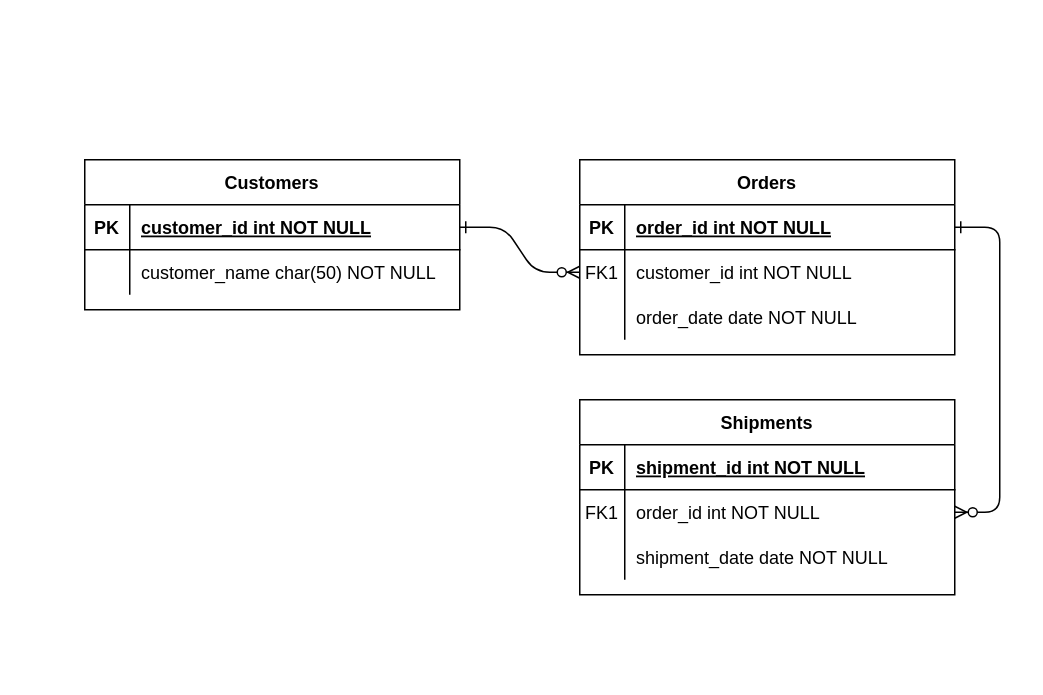
ViniciusTaurisano/ctd-2bi-bancodedados-a9-checkpoint1 keeps this draw.io diagram as Untitled Diagram.drawio. Above is the earlier version. Source tidied: cells renumbered, new cells numbered last; positions are measured from the earlier drawing's top-left corner, leaving out a move shared by most shapes. Both pictures are drawn from the tidied source at 150%, with x=0, y=0 at pixel (84, 159).
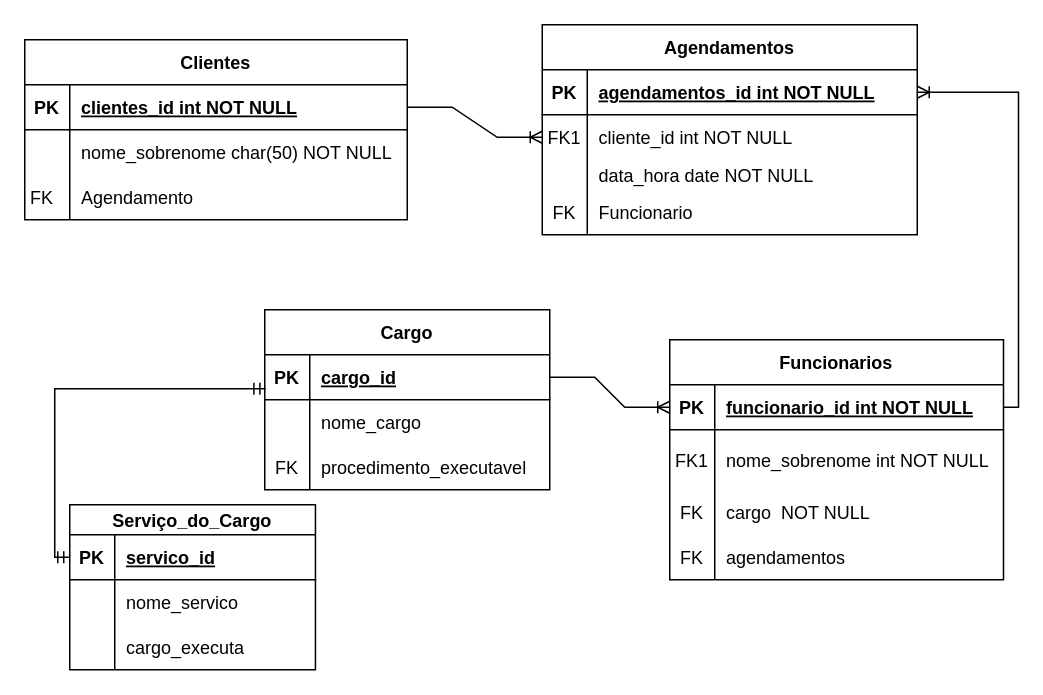
The same page after the edit.

Commit message:
versao certa sem tipos

The change refers to these unchanged cells:
```xml
<mxCell id="5" style="shape=partialRectangle;fillColor=none;points=[[0,0.5],[1,0.5]];portConstraint=eastwest;top=0;left=0;right=0;bottom=1;" parent="4" vertex="1">
  <mxGeometry y="30" width="250" height="30" as="geometry" />
</mxCell>
<mxCell id="8" style="shape=partialRectangle;fillColor=none;points=[[0,0.5],[1,0.5]];portConstraint=eastwest;top=0;left=0;right=0;bottom=0;" parent="4" vertex="1">
  <mxGeometry y="60" width="250" height="30" as="geometry" />
</mxCell>
```

The edit, as a diff of the source:
```diff
@@
-    <mxCell id="2" style="edgeStyle=entityRelationEdgeStyle;endArrow=ERzeroToMany;startArrow=ERone;endFill=1;startFill=0;" parent="1" edge="1" source="25" target="8">
-      <mxGeometry relative="1" as="geometry" />
-    </mxCell>
-    <mxCell id="3" style="edgeStyle=entityRelationEdgeStyle;endArrow=ERzeroToMany;startArrow=ERone;endFill=1;startFill=0;" parent="1" edge="1" source="5" target="18">
-      <mxGeometry relative="1" as="geometry" />
-    </mxCell>
-    <mxCell id="4" value="Orders" style="shape=table;startSize=30;childLayout=tableLayout;rowLines=0;fontStyle=1;align=center;" parent="1" vertex="1">
-      <mxGeometry x="330" width="250" height="130" as="geometry" />
+    <mxCell id="4" value="Agendamentos" style="shape=table;startSize=30;childLayout=tableLayout;rowLines=0;fontStyle=1;align=center;" parent="1" vertex="1">
+      <mxGeometry x="305" y="-90" width="250" height="140" as="geometry" />
     </mxCell>
@@
-    <mxCell id="7" value="order_id int NOT NULL " style="shape=partialRectangle;overflow=hidden;fillColor=none;top=0;left=0;bottom=0;right=0;align=left;spacingLeft=6;fontStyle=5;" parent="5" vertex="1">
+    <mxCell id="7" value="agendamentos_id int NOT NULL " style="shape=partialRectangle;overflow=hidden;fillColor=none;top=0;left=0;bottom=0;right=0;align=left;spacingLeft=6;fontStyle=5;" parent="5" vertex="1">
       <mxGeometry x="30" width="220" height="30" as="geometry" />
     </mxCell>
@@
-    <mxCell id="10" value="customer_id int NOT NULL" style="shape=partialRectangle;overflow=hidden;fillColor=none;top=0;left=0;bottom=0;right=0;align=left;spacingLeft=6;" parent="8" vertex="1">
+    <mxCell id="10" value="cliente_id int NOT NULL" style="shape=partialRectangle;overflow=hidden;fillColor=none;top=0;left=0;bottom=0;right=0;align=left;spacingLeft=6;" parent="8" vertex="1">
       <mxGeometry x="30" width="220" height="30" as="geometry" />
     </mxCell>
     <mxCell id="11" style="shape=partialRectangle;fillColor=none;top=0;left=0;right=0;bottom=0;" parent="4" vertex="1">
-      <mxGeometry y="90" width="250" height="30" as="geometry" />
+      <mxGeometry y="90" width="250" height="20" as="geometry" />
     </mxCell>
     <mxCell id="12" style="shape=partialRectangle;overflow=hidden;fillColor=none;top=0;left=0;bottom=0;right=0;" parent="11" vertex="1">
-      <mxGeometry width="30" height="30" as="geometry" />
+      <mxGeometry width="30" height="20" as="geometry" />
     </mxCell>
-    <mxCell id="13" value="order_date date NOT NULL" style="shape=partialRectangle;overflow=hidden;fillColor=none;top=0;left=0;bottom=0;right=0;align=left;spacingLeft=6;" parent="11" vertex="1">
-      <mxGeometry x="30" width="220" height="30" as="geometry" />
+    <mxCell id="13" value="data_hora date NOT NULL" style="shape=partialRectangle;overflow=hidden;fillColor=none;top=0;left=0;bottom=0;right=0;align=left;spacingLeft=6;" parent="11" vertex="1">
+      <mxGeometry x="30" width="220" height="20" as="geometry" />
     </mxCell>
+    <mxCell id="31" style="shape=tableRow;horizontal=0;startSize=0;swimlaneHead=0;swimlaneBody=0;fillColor=none;top=0;left=0;right=0;bottom=0;" parent="4" vertex="1">
+      <mxGeometry y="110" width="250" height="30" as="geometry" />
+    </mxCell>
+    <mxCell id="32" value="FK" style="shape=partialRectangle;fillColor=none;top=0;left=0;bottom=0;right=0;overflow=hidden;" parent="31" vertex="1">
+      <mxGeometry width="30" height="30" as="geometry" />
+    </mxCell>
+    <mxCell id="33" value="Funcionario" style="shape=partialRectangle;fillColor=none;top=0;left=0;bottom=0;right=0;align=left;spacingLeft=6;overflow=hidden;" parent="31" vertex="1">
+      <mxGeometry x="30" width="220" height="30" as="geometry" />
+    </mxCell>
-    <mxCell id="14" value="Shipments" style="shape=table;startSize=30;childLayout=tableLayout;rowLines=0;fontStyle=1;align=center;" parent="1" vertex="1">
-      <mxGeometry x="330" y="160" width="250" height="130" as="geometry" />
+    <mxCell id="14" value="Funcionarios" style="shape=table;startSize=30;childLayout=tableLayout;rowLines=0;fontStyle=1;align=center;" parent="1" vertex="1">
+      <mxGeometry x="390" y="120" width="222.5" height="160" as="geometry" />
     </mxCell>
     <mxCell id="15" style="shape=partialRectangle;fillColor=none;points=[[0,0.5],[1,0.5]];portConstraint=eastwest;top=0;left=0;right=0;bottom=1;" parent="14" vertex="1">
-      <mxGeometry y="30" width="250" height="30" as="geometry" />
+      <mxGeometry y="30" width="222.5" height="30" as="geometry" />
     </mxCell>
@@
-    <mxCell id="17" value="shipment_id int NOT NULL " style="shape=partialRectangle;overflow=hidden;fillColor=none;top=0;left=0;bottom=0;right=0;align=left;spacingLeft=6;fontStyle=5;" parent="15" vertex="1">
-      <mxGeometry x="30" width="220" height="30" as="geometry" />
+    <mxCell id="17" value="funcionario_id int NOT NULL " style="shape=partialRectangle;overflow=hidden;fillColor=none;top=0;left=0;bottom=0;right=0;align=left;spacingLeft=6;fontStyle=5;" parent="15" vertex="1">
+      <mxGeometry x="30" width="192.5" height="30" as="geometry" />
     </mxCell>
     <mxCell id="18" style="shape=partialRectangle;fillColor=none;points=[[0,0.5],[1,0.5]];portConstraint=eastwest;top=0;left=0;right=0;bottom=0;" parent="14" vertex="1">
-      <mxGeometry y="60" width="250" height="30" as="geometry" />
+      <mxGeometry y="60" width="222.5" height="40" as="geometry" />
     </mxCell>
     <mxCell id="19" value="FK1" style="shape=partialRectangle;overflow=hidden;fillColor=none;top=0;left=0;bottom=0;right=0;" parent="18" vertex="1">
-      <mxGeometry width="30" height="30" as="geometry" />
+      <mxGeometry width="30" height="40" as="geometry" />
     </mxCell>
-    <mxCell id="20" value="order_id int NOT NULL" style="shape=partialRectangle;overflow=hidden;fillColor=none;top=0;left=0;bottom=0;right=0;align=left;spacingLeft=6;" parent="18" vertex="1">
-      <mxGeometry x="30" width="220" height="30" as="geometry" />
+    <mxCell id="20" value="nome_sobrenome int NOT NULL" style="shape=partialRectangle;overflow=hidden;fillColor=none;top=0;left=0;bottom=0;right=0;align=left;spacingLeft=6;" parent="18" vertex="1">
+      <mxGeometry x="30" width="192.5" height="40" as="geometry" />
     </mxCell>
     <mxCell id="21" style="shape=partialRectangle;fillColor=none;top=0;left=0;right=0;bottom=0;" parent="14" vertex="1">
-      <mxGeometry y="90" width="250" height="30" as="geometry" />
+      <mxGeometry y="100" width="222.5" height="30" as="geometry" />
     </mxCell>
-    <mxCell id="22" style="shape=partialRectangle;overflow=hidden;fillColor=none;top=0;left=0;bottom=0;right=0;" parent="21" vertex="1">
+    <mxCell id="22" value="FK" style="shape=partialRectangle;overflow=hidden;fillColor=none;top=0;left=0;bottom=0;right=0;" parent="21" vertex="1">
       <mxGeometry width="30" height="30" as="geometry" />
     </mxCell>
-    <mxCell id="23" value="shipment_date date NOT NULL" style="shape=partialRectangle;overflow=hidden;fillColor=none;top=0;left=0;bottom=0;right=0;align=left;spacingLeft=6;" parent="21" vertex="1">
-      <mxGeometry x="30" width="220" height="30" as="geometry" />
+    <mxCell id="23" value="cargo  NOT NULL" style="shape=partialRectangle;overflow=hidden;fillColor=none;top=0;left=0;bottom=0;right=0;align=left;spacingLeft=6;" parent="21" vertex="1">
+      <mxGeometry x="30" width="192.5" height="30" as="geometry" />
     </mxCell>
+    <mxCell id="34" style="shape=tableRow;horizontal=0;startSize=0;swimlaneHead=0;swimlaneBody=0;fillColor=none;top=0;left=0;right=0;bottom=0;" parent="14" vertex="1">
+      <mxGeometry y="130" width="222.5" height="30" as="geometry" />
+    </mxCell>
+    <mxCell id="35" value="FK" style="shape=partialRectangle;fillColor=none;top=0;left=0;bottom=0;right=0;overflow=hidden;" parent="34" vertex="1">
+      <mxGeometry width="30" height="30" as="geometry" />
+    </mxCell>
+    <mxCell id="36" value="agendamentos" style="shape=partialRectangle;fillColor=none;top=0;left=0;bottom=0;right=0;align=left;spacingLeft=6;overflow=hidden;" parent="34" vertex="1">
+      <mxGeometry x="30" width="192.5" height="30" as="geometry" />
+    </mxCell>
-    <mxCell id="24" value="Customers" style="shape=table;startSize=30;childLayout=tableLayout;rowLines=0;fontStyle=1;align=center;" parent="1" vertex="1">
-      <mxGeometry width="250" height="100" as="geometry" />
+    <mxCell id="24" value="Clientes" style="shape=table;startSize=30;childLayout=tableLayout;rowLines=0;fontStyle=1;align=center;" parent="1" vertex="1">
+      <mxGeometry x="-40" y="-80" width="255" height="120" as="geometry" />
     </mxCell>
     <mxCell id="25" style="shape=partialRectangle;fillColor=none;points=[[0,0.5],[1,0.5]];portConstraint=eastwest;top=0;left=0;right=0;bottom=1;" parent="24" vertex="1">
-      <mxGeometry y="30" width="250" height="30" as="geometry" />
+      <mxGeometry y="30" width="255" height="30" as="geometry" />
     </mxCell>
@@
-    <mxCell id="27" value="customer_id int NOT NULL " style="shape=partialRectangle;overflow=hidden;fillColor=none;top=0;left=0;bottom=0;right=0;align=left;spacingLeft=6;fontStyle=5;" parent="25" vertex="1">
-      <mxGeometry x="30" width="220" height="30" as="geometry" />
+    <mxCell id="27" value="clientes_id int NOT NULL " style="shape=partialRectangle;overflow=hidden;fillColor=none;top=0;left=0;bottom=0;right=0;align=left;spacingLeft=6;fontStyle=5;" parent="25" vertex="1">
+      <mxGeometry x="30" width="225" height="30" as="geometry" />
     </mxCell>
     <mxCell id="28" style="shape=partialRectangle;fillColor=none;top=0;left=0;right=0;bottom=0;" parent="24" vertex="1">
-      <mxGeometry y="60" width="250" height="30" as="geometry" />
+      <mxGeometry y="60" width="255" height="30" as="geometry" />
     </mxCell>
@@
-    <mxCell id="30" value="customer_name char(50) NOT NULL" style="shape=partialRectangle;overflow=hidden;fillColor=none;top=0;left=0;bottom=0;right=0;align=left;spacingLeft=6;" parent="28" vertex="1">
-      <mxGeometry x="30" width="220" height="30" as="geometry" />
+    <mxCell id="30" value="nome_sobrenome char(50) NOT NULL" style="shape=partialRectangle;overflow=hidden;fillColor=none;top=0;left=0;bottom=0;right=0;align=left;spacingLeft=6;" parent="28" vertex="1">
+      <mxGeometry x="30" width="225" height="30" as="geometry" />
     </mxCell>
+    <mxCell id="37" style="shape=tableRow;horizontal=0;startSize=0;swimlaneHead=0;swimlaneBody=0;fillColor=none;top=0;left=0;right=0;bottom=0;" parent="24" vertex="1">
+      <mxGeometry y="90" width="255" height="30" as="geometry" />
+    </mxCell>
+    <mxCell id="38" value="FK  " style="shape=partialRectangle;fillColor=none;top=0;left=0;bottom=0;right=0;overflow=hidden;" parent="37" vertex="1">
+      <mxGeometry width="30" height="30" as="geometry" />
+    </mxCell>
+    <mxCell id="39" value="Agendamento" style="shape=partialRectangle;fillColor=none;top=0;left=0;bottom=0;right=0;align=left;spacingLeft=6;overflow=hidden;" parent="37" vertex="1">
+      <mxGeometry x="30" width="225" height="30" as="geometry" />
+    </mxCell>
+    <mxCell id="40" value="Cargo" style="shape=table;startSize=30;childLayout=tableLayout;rowLines=0;fontStyle=1;align=center;" parent="1" vertex="1">
+      <mxGeometry x="120" y="100" width="190" height="120" as="geometry" />
+    </mxCell>
+    <mxCell id="41" style="shape=tableRow;horizontal=0;startSize=0;swimlaneHead=0;swimlaneBody=0;fillColor=none;points=[[0,0.5],[1,0.5]];portConstraint=eastwest;top=0;left=0;right=0;bottom=1;" parent="40" vertex="1">
+      <mxGeometry y="30" width="190" height="30" as="geometry" />
+    </mxCell>
+    <mxCell id="42" value="PK" style="shape=partialRectangle;fillColor=none;top=0;left=0;bottom=0;right=0;fontStyle=1;overflow=hidden;" parent="41" vertex="1">
+      <mxGeometry width="30" height="30" as="geometry" />
+    </mxCell>
+    <mxCell id="43" value="cargo_id" style="shape=partialRectangle;fillColor=none;top=0;left=0;bottom=0;right=0;align=left;spacingLeft=6;fontStyle=5;overflow=hidden;" parent="41" vertex="1">
+      <mxGeometry x="30" width="160" height="30" as="geometry" />
+    </mxCell>
+    <mxCell id="44" style="shape=tableRow;horizontal=0;startSize=0;swimlaneHead=0;swimlaneBody=0;fillColor=none;top=0;left=0;right=0;bottom=0;" parent="40" vertex="1">
+      <mxGeometry y="60" width="190" height="30" as="geometry" />
+    </mxCell>
+    <mxCell id="45" style="shape=partialRectangle;fillColor=none;top=0;left=0;bottom=0;right=0;overflow=hidden;" parent="44" vertex="1">
+      <mxGeometry width="30" height="30" as="geometry" />
+    </mxCell>
+    <mxCell id="46" value="nome_cargo" style="shape=partialRectangle;fillColor=none;top=0;left=0;bottom=0;right=0;align=left;spacingLeft=6;overflow=hidden;" parent="44" vertex="1">
+      <mxGeometry x="30" width="160" height="30" as="geometry" />
+    </mxCell>
+    <mxCell id="47" style="shape=tableRow;horizontal=0;startSize=0;swimlaneHead=0;swimlaneBody=0;fillColor=none;top=0;left=0;right=0;bottom=0;" parent="40" vertex="1">
+      <mxGeometry y="90" width="190" height="30" as="geometry" />
+    </mxCell>
+    <mxCell id="48" value="FK" style="shape=partialRectangle;fillColor=none;top=0;left=0;bottom=0;right=0;overflow=hidden;" parent="47" vertex="1">
+      <mxGeometry width="30" height="30" as="geometry" />
+    </mxCell>
+    <mxCell id="49" value="procedimento_executavel" style="shape=partialRectangle;fillColor=none;top=0;left=0;bottom=0;right=0;align=left;spacingLeft=6;overflow=hidden;" parent="47" vertex="1">
+      <mxGeometry x="30" width="160" height="30" as="geometry" />
+    </mxCell>
+    <mxCell id="50" value="Serviço_do_Cargo" style="shape=table;startSize=20;childLayout=tableLayout;rowLines=0;fontStyle=1;align=center;" parent="1" vertex="1">
+      <mxGeometry x="-10" y="230" width="163.8" height="110" as="geometry" />
+    </mxCell>
+    <mxCell id="51" style="shape=partialRectangle;fillColor=none;points=[[0,0.5],[1,0.5]];portConstraint=eastwest;top=0;left=0;right=0;bottom=1;" parent="50" vertex="1">
+      <mxGeometry y="20" width="163.8" height="30" as="geometry" />
+    </mxCell>
+    <mxCell id="52" value="PK" style="shape=partialRectangle;overflow=hidden;fillColor=none;top=0;left=0;bottom=0;right=0;fontStyle=1;" parent="51" vertex="1">
+      <mxGeometry width="30" height="30" as="geometry" />
+    </mxCell>
+    <mxCell id="53" value="servico_id" style="shape=partialRectangle;overflow=hidden;fillColor=none;top=0;left=0;bottom=0;right=0;align=left;spacingLeft=6;fontStyle=5;" parent="51" vertex="1">
+      <mxGeometry x="30" width="133.8" height="30" as="geometry" />
+    </mxCell>
+    <mxCell id="54" style="shape=partialRectangle;fillColor=none;top=0;left=0;right=0;bottom=0;" parent="50" vertex="1">
+      <mxGeometry y="50" width="163.8" height="30" as="geometry" />
+    </mxCell>
+    <mxCell id="55" style="shape=partialRectangle;overflow=hidden;fillColor=none;top=0;left=0;bottom=0;right=0;" parent="54" vertex="1">
+      <mxGeometry width="30" height="30" as="geometry" />
+    </mxCell>
+    <mxCell id="56" value="nome_servico" style="shape=partialRectangle;overflow=hidden;fillColor=none;top=0;left=0;bottom=0;right=0;align=left;spacingLeft=6;" parent="54" vertex="1">
+      <mxGeometry x="30" width="133.8" height="30" as="geometry" />
+    </mxCell>
+    <mxCell id="57" style="shape=tableRow;horizontal=0;startSize=0;swimlaneHead=0;swimlaneBody=0;fillColor=none;top=0;left=0;right=0;bottom=0;" parent="50" vertex="1">
+      <mxGeometry y="80" width="163.8" height="30" as="geometry" />
+    </mxCell>
+    <mxCell id="58" style="shape=partialRectangle;fillColor=none;top=0;left=0;bottom=0;right=0;overflow=hidden;" parent="57" vertex="1">
+      <mxGeometry width="30" height="30" as="geometry" />
+    </mxCell>
+    <mxCell id="59" value="cargo_executa" style="shape=partialRectangle;fillColor=none;top=0;left=0;bottom=0;right=0;align=left;spacingLeft=6;overflow=hidden;" parent="57" vertex="1">
+      <mxGeometry x="30" width="133.8" height="30" as="geometry" />
+    </mxCell>
+    <mxCell id="2" style="edgeStyle=entityRelationEdgeStyle;fontSize=12;html=1;endArrow=ERoneToMany;rounded=0;exitX=1;exitY=0.5;exitDx=0;exitDy=0;entryX=0;entryY=0.5;entryDx=0;entryDy=0;" parent="1" edge="1" source="25" target="8">
+      <mxGeometry relative="1" as="geometry" />
+    </mxCell>
+    <mxCell id="60" style="edgeStyle=orthogonalEdgeStyle;fontSize=12;html=1;endArrow=ERoneToMany;rounded=0;entryX=1;entryY=0.5;entryDx=0;entryDy=0;exitX=1;exitY=0.5;exitDx=0;exitDy=0;" parent="1" edge="1" source="15" target="5">
+      <mxGeometry relative="1" as="geometry" />
+    </mxCell>
+    <mxCell id="61" style="edgeStyle=entityRelationEdgeStyle;fontSize=12;html=1;endArrow=ERoneToMany;rounded=0;exitX=1;exitY=0.5;exitDx=0;exitDy=0;entryX=0;entryY=0.5;entryDx=0;entryDy=0;" parent="1" edge="1" source="41" target="15">
+      <mxGeometry relative="1" as="geometry" />
+    </mxCell>
+    <mxCell id="62" style="edgeStyle=orthogonalEdgeStyle;fontSize=12;html=1;endArrow=ERmandOne;startArrow=ERmandOne;rounded=0;entryX=0.004;entryY=0.756;entryDx=0;entryDy=0;entryPerimeter=0;exitX=0;exitY=0.5;exitDx=0;exitDy=0;" parent="1" edge="1" source="51" target="41">
+      <mxGeometry relative="1" as="geometry" />
+    </mxCell>
```
